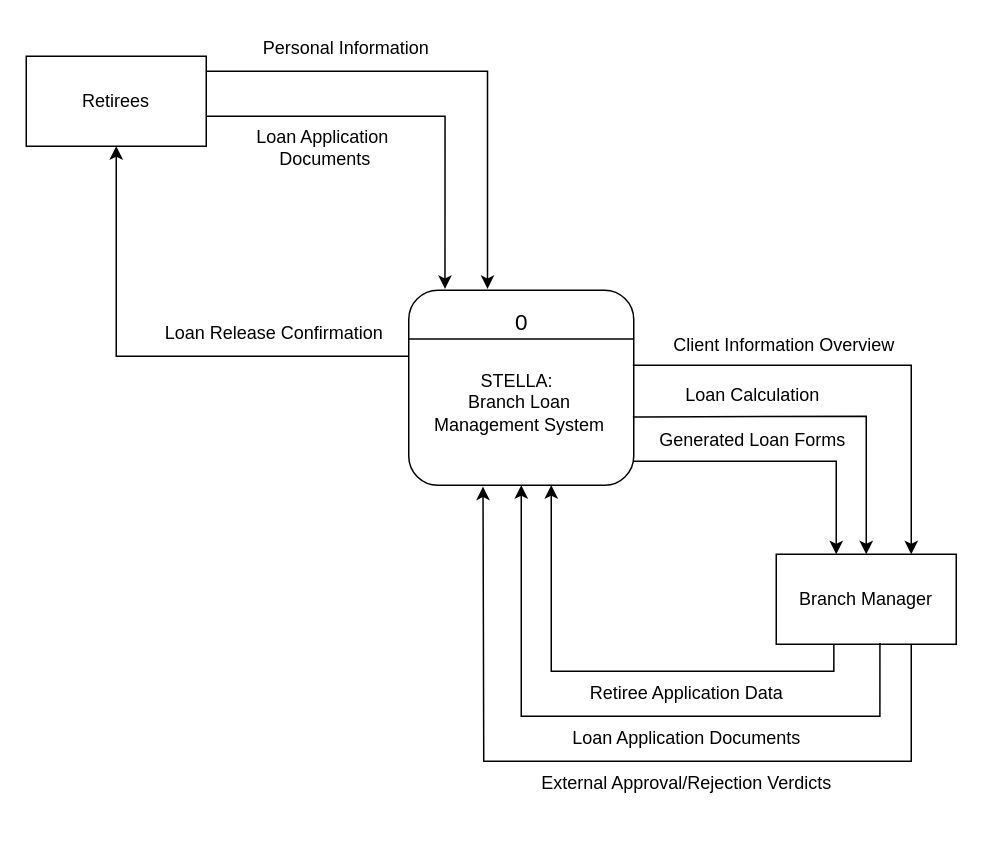
SammDumpingStation/Activities-With-Draw.io keeps this draw.io diagram as page "Context Diagram" (5 of 7) of FSFI.drawio. Above is the earlier version. Source tidied: cells renumbered, new cells numbered last; positions are measured from the earlier drawing's top-left corner, leaving out a move shared by most shapes. Both pictures are drawn from the tidied source at 150%, with x=0, y=0 at pixel (26, 26).
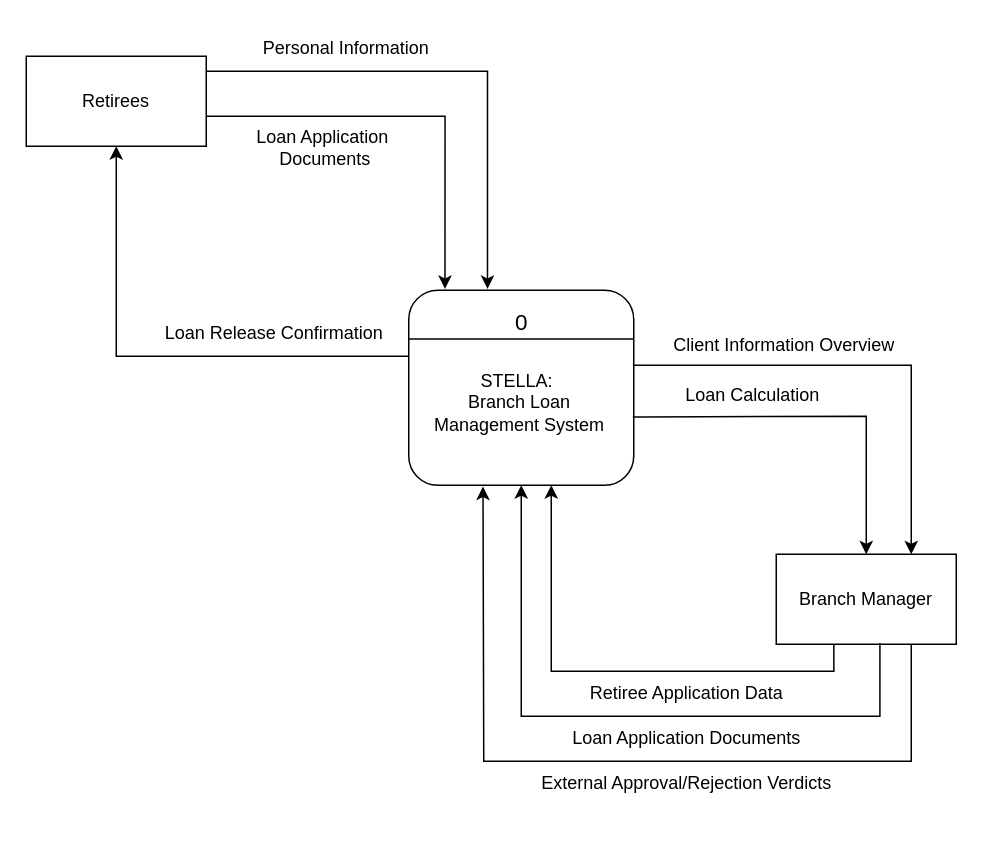
Above is the later version.

The change refers to these unchanged cells:
```xml
<mxCell id="5" style="rounded=1;whiteSpace=wrap;html=1;" parent="4" vertex="1">
  <mxGeometry width="150" height="130" as="geometry" />
</mxCell>
```

What changed in the source:
```diff
@@
-    <mxCell id="18" style="edgeStyle=orthogonalEdgeStyle;rounded=0;jettySize=auto;html=1;" parent="1" edge="1" source="5">
-      <mxGeometry relative="1" as="geometry">
-        <mxPoint x="540" y="352" as="targetPoint" />
-        <Array as="points">
-          <mxPoint x="540" y="290" />
-        </Array>
-      </mxGeometry>
-    </mxCell>
@@
-    <mxCell id="26" value="Generated Loan Forms" style="text;html=1;align=center;verticalAlign=middle;strokeColor=none;fillColor=none;" parent="1" vertex="1">
-      <mxGeometry x="409" y="261" width="150" height="30" as="geometry" />
-    </mxCell>
```
